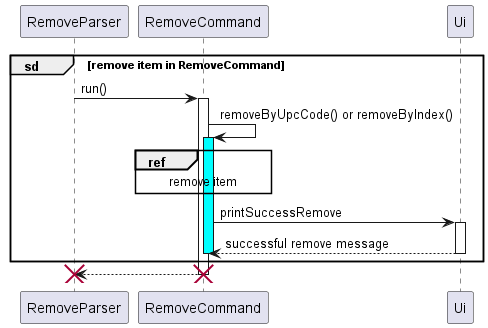
This is docs/UML/Remove/RemoveCommand.png from nus-cs2113-AY2223S2/tp, a PlantUML export, as it was before one commit.
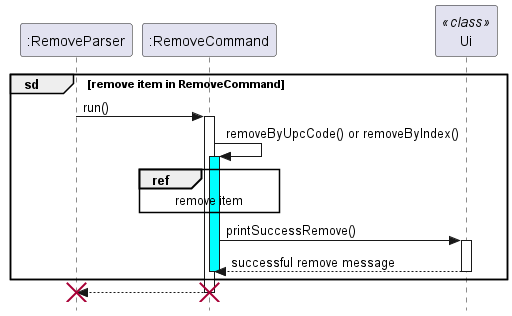
Later version of the same file.

What changed in the source:
```diff
@@ -1,22 +1,23 @@
 @startuml
 
-participant RemoveParser
+skinparam style strictuml
+participant ":RemoveParser"
 group sd [remove item in RemoveCommand]
-    RemoveParser -> RemoveCommand: run()
-participant Ui
-    activate RemoveCommand
-        RemoveCommand -> RemoveCommand: removeByUpcCode() or removeByIndex()
-        activate RemoveCommand #cyan
-        ref over RemoveCommand
+    ":RemoveParser" -> ":RemoveCommand": run()
+participant "Ui" <<class>>
+    activate ":RemoveCommand"
+        ":RemoveCommand" -> ":RemoveCommand": removeByUpcCode() or removeByIndex()
+        activate ":RemoveCommand" #cyan
+        ref over ":RemoveCommand"
             remove item
         end ref
-        RemoveCommand -> Ui: printSuccessRemove
+        ":RemoveCommand" -> Ui: printSuccessRemove()
         activate Ui
         return successful remove message
         deactivate
     end
 return
-destroy RemoveCommand
-destroy RemoveParser
+destroy ":RemoveCommand"
+destroy ":RemoveParser"
 
 @enduml
```
